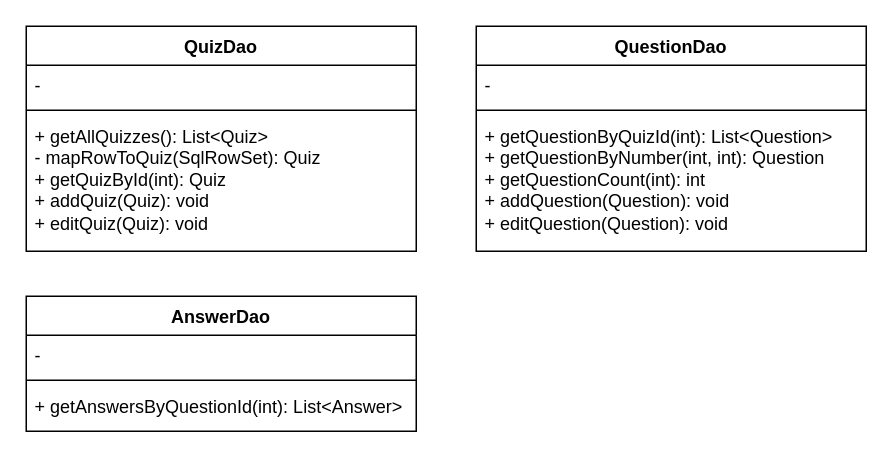
Above: page "DAO" (1 of 4) of diagrams/sprint2-project-diagram.drawio in full-stack-devs-learn/niantic-2024-sprint-2-team-3 (draw.io), before the change. Source tidied: cells renumbered, new cells numbered last; positions are measured from the earlier drawing's top-left corner, leaving out a move shared by most shapes. Both pictures are drawn from the tidied source at 150%, with x=0, y=0 at pixel (26, 26).
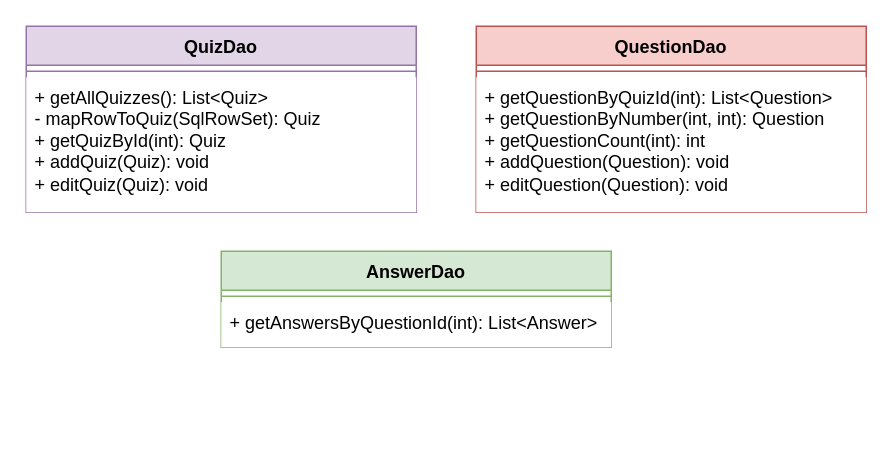
The same diagram, later.

What changed in the source:
```diff
@@
 <mxGraphModel>
   <root>
     <mxCell id="0" />
     <mxCell id="1" parent="0" />
-    <mxCell id="2" value="QuizDao" style="swimlane;fontStyle=1;align=center;verticalAlign=top;horizontal=1;startSize=26;whiteSpace=wrap;html=1;" parent="1" vertex="1">
-      <mxGeometry width="260" height="150" as="geometry" />
+    <mxCell id="2" value="QuizDao" style="swimlane;fontStyle=1;align=center;verticalAlign=top;horizontal=1;startSize=26;whiteSpace=wrap;html=1;fillColor=#e1d5e7;strokeColor=#9673a6;" parent="1" vertex="1">
+      <mxGeometry width="260" height="124" as="geometry" />
     </mxCell>
-    <mxCell id="3" value="-&amp;nbsp;" style="text;strokeColor=none;fillColor=none;align=left;verticalAlign=top;spacingLeft=4;spacingRight=4;overflow=hidden;whiteSpace=wrap;html=1;" parent="2" vertex="1">
-      <mxGeometry y="26" width="260" height="26" as="geometry" />
-    </mxCell>
     <mxCell id="4" style="line;strokeWidth=1;fillColor=none;align=left;verticalAlign=middle;spacingTop=-1;spacingLeft=3;spacingRight=3;labelPosition=right;strokeColor=inherit;" parent="2" vertex="1">
-      <mxGeometry y="52" width="260" height="8" as="geometry" />
+      <mxGeometry y="26" width="260" height="8" as="geometry" />
     </mxCell>
-    <mxCell id="5" value="+ getAllQuizzes(): List&amp;lt;Quiz&amp;gt;&lt;div&gt;- mapRowToQuiz(SqlRowSet): Quiz&lt;/div&gt;&lt;div&gt;+ getQuizById(int): Quiz&lt;/div&gt;&lt;div&gt;+ addQuiz(Quiz): void&lt;/div&gt;&lt;div&gt;+ editQuiz(Quiz): void&lt;/div&gt;" style="text;strokeColor=none;fillColor=none;align=left;verticalAlign=top;spacingLeft=4;spacingRight=4;overflow=hidden;whiteSpace=wrap;html=1;" parent="2" vertex="1">
-      <mxGeometry y="60" width="260" height="90" as="geometry" />
+    <mxCell id="5" value="+ getAllQuizzes(): List&amp;lt;Quiz&amp;gt;&lt;div&gt;- mapRowToQuiz(SqlRowSet): Quiz&lt;/div&gt;&lt;div&gt;+ getQuizById(int): Quiz&lt;/div&gt;&lt;div&gt;+ addQuiz(Quiz): void&lt;/div&gt;&lt;div&gt;+ editQuiz(Quiz): void&lt;/div&gt;" style="text;strokeColor=none;fillColor=default;align=left;verticalAlign=top;spacingLeft=4;spacingRight=4;overflow=hidden;whiteSpace=wrap;html=1;" parent="2" vertex="1">
+      <mxGeometry y="34" width="260" height="90" as="geometry" />
     </mxCell>
-    <mxCell id="6" value="QuestionDao" style="swimlane;fontStyle=1;align=center;verticalAlign=top;horizontal=1;startSize=26;whiteSpace=wrap;html=1;" parent="1" vertex="1">
-      <mxGeometry x="300" width="260" height="150" as="geometry" />
+    <mxCell id="6" value="QuestionDao" style="swimlane;fontStyle=1;align=center;verticalAlign=top;horizontal=1;startSize=26;whiteSpace=wrap;html=1;fillColor=#f8cecc;strokeColor=#b85450;" parent="1" vertex="1">
+      <mxGeometry x="300" width="260" height="124" as="geometry" />
     </mxCell>
-    <mxCell id="7" value="-" style="text;strokeColor=none;fillColor=none;align=left;verticalAlign=top;spacingLeft=4;spacingRight=4;overflow=hidden;whiteSpace=wrap;html=1;" parent="6" vertex="1">
-      <mxGeometry y="26" width="260" height="26" as="geometry" />
-    </mxCell>
     <mxCell id="8" style="line;strokeWidth=1;fillColor=none;align=left;verticalAlign=middle;spacingTop=-1;spacingLeft=3;spacingRight=3;labelPosition=right;strokeColor=inherit;" parent="6" vertex="1">
-      <mxGeometry y="52" width="260" height="8" as="geometry" />
+      <mxGeometry y="26" width="260" height="8" as="geometry" />
     </mxCell>
-    <mxCell id="9" value="+ getQuestionByQuizId(int): List&amp;lt;Question&amp;gt;&lt;div&gt;+ getQuestionByNumber(int, int): Question&lt;/div&gt;&lt;div&gt;+ getQuestionCount(int): int&lt;/div&gt;&lt;div&gt;+ addQuestion(Question): void&lt;/div&gt;&lt;div&gt;+ editQuestion(Question): void&lt;/div&gt;" style="text;strokeColor=none;fillColor=none;align=left;verticalAlign=top;spacingLeft=4;spacingRight=4;overflow=hidden;whiteSpace=wrap;html=1;" parent="6" vertex="1">
-      <mxGeometry y="60" width="260" height="90" as="geometry" />
+    <mxCell id="9" value="+ getQuestionByQuizId(int): List&amp;lt;Question&amp;gt;&lt;div&gt;+ getQuestionByNumber(int, int): Question&lt;/div&gt;&lt;div&gt;+ getQuestionCount(int): int&lt;/div&gt;&lt;div&gt;+ addQuestion(Question): void&lt;/div&gt;&lt;div&gt;+ editQuestion(Question): void&lt;/div&gt;" style="text;strokeColor=none;fillColor=default;align=left;verticalAlign=top;spacingLeft=4;spacingRight=4;overflow=hidden;whiteSpace=wrap;html=1;" parent="6" vertex="1">
+      <mxGeometry y="34" width="260" height="90" as="geometry" />
     </mxCell>
-    <mxCell id="10" value="AnswerDao" style="swimlane;fontStyle=1;align=center;verticalAlign=top;horizontal=1;startSize=26;whiteSpace=wrap;html=1;" parent="1" vertex="1">
-      <mxGeometry y="180" width="260" height="90" as="geometry" />
+    <mxCell id="10" value="AnswerDao" style="swimlane;fontStyle=1;align=center;verticalAlign=top;horizontal=1;startSize=26;whiteSpace=wrap;html=1;fillColor=#d5e8d4;strokeColor=#82b366;" parent="1" vertex="1">
+      <mxGeometry x="130" y="150" width="260" height="64" as="geometry" />
     </mxCell>
-    <mxCell id="11" value="-" style="text;strokeColor=none;fillColor=none;align=left;verticalAlign=top;spacingLeft=4;spacingRight=4;overflow=hidden;whiteSpace=wrap;html=1;" parent="10" vertex="1">
-      <mxGeometry y="26" width="260" height="26" as="geometry" />
-    </mxCell>
     <mxCell id="12" style="line;strokeWidth=1;fillColor=none;align=left;verticalAlign=middle;spacingTop=-1;spacingLeft=3;spacingRight=3;labelPosition=right;strokeColor=inherit;" parent="10" vertex="1">
-      <mxGeometry y="52" width="260" height="8" as="geometry" />
+      <mxGeometry y="26" width="260" height="8" as="geometry" />
     </mxCell>
-    <mxCell id="13" value="+ getAnswersByQuestionId(int): List&amp;lt;Answer&amp;gt;" style="text;strokeColor=none;fillColor=none;align=left;verticalAlign=top;spacingLeft=4;spacingRight=4;overflow=hidden;whiteSpace=wrap;html=1;" parent="10" vertex="1">
-      <mxGeometry y="60" width="260" height="30" as="geometry" />
+    <mxCell id="13" value="+ getAnswersByQuestionId(int): List&amp;lt;Answer&amp;gt;" style="text;strokeColor=none;fillColor=default;align=left;verticalAlign=top;spacingLeft=4;spacingRight=4;overflow=hidden;whiteSpace=wrap;html=1;" parent="10" vertex="1">
+      <mxGeometry y="34" width="260" height="30" as="geometry" />
     </mxCell>
   </root>
 </mxGraphModel>
```
